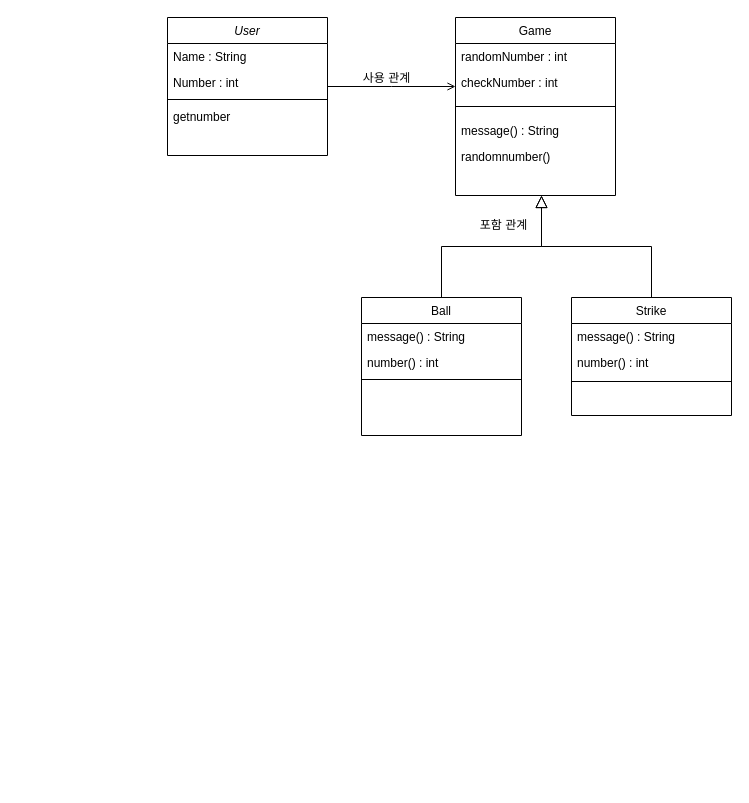
NayoungKim1212/BaseBall-Game keeps this draw.io diagram as 제목 없는 다이어그램.drawio. Above is the earlier version. Source tidied: cells renumbered, new cells numbered last; positions are measured from the earlier drawing's top-left corner, leaving out a move shared by most shapes. Both pictures are drawn from the tidied source at 100%, with x=0, y=0 at pixel (167, 17).
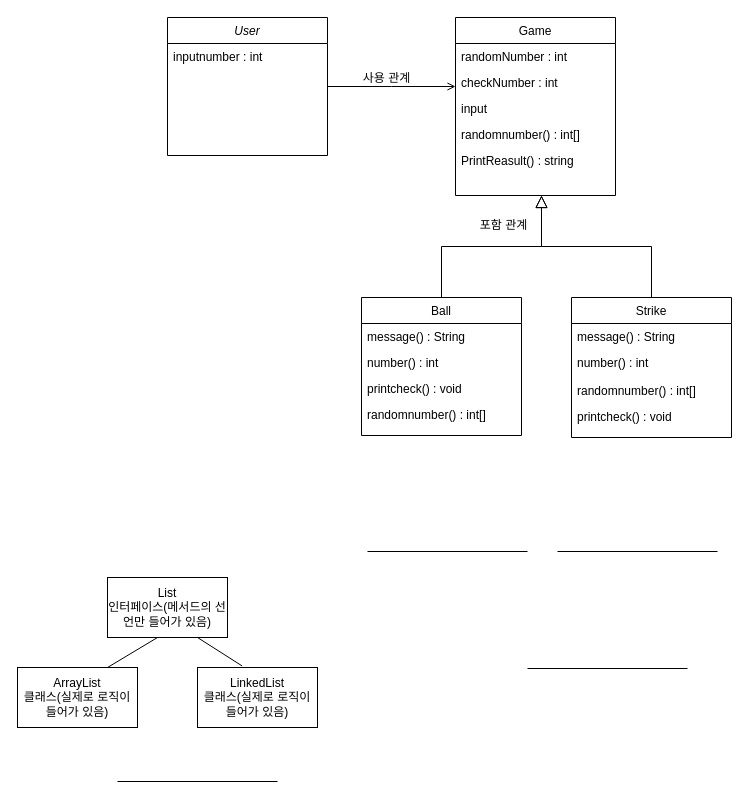
After the change.

Commit message:
제목 없는 다이어그램.drawio 업데이트

The change refers to these unchanged cells:
```xml
<mxCell id="2" value="User" style="swimlane;fontStyle=2;align=center;verticalAlign=top;horizontal=1;startSize=26;rounded=0;shadow=0;strokeWidth=1;" parent="1" vertex="1">
  <mxGeometry width="160" height="138" as="geometry" />
</mxCell>
<mxCell id="7" value="Game" style="swimlane;fontStyle=0;align=center;verticalAlign=top;horizontal=1;startSize=26;rounded=0;shadow=0;strokeWidth=1;" parent="1" vertex="1">
  <mxGeometry x="288" width="160" height="178" as="geometry" />
</mxCell>
<mxCell id="17" value="Ball" style="swimlane;fontStyle=0;align=center;verticalAlign=top;horizontal=1;startSize=26;rounded=0;shadow=0;strokeWidth=1;" parent="1" vertex="1">
  <mxGeometry x="194" y="280" width="160" height="138" as="geometry" />
</mxCell>
```

The edit, as a diff of the source:
```diff
@@
-    <mxCell id="3" value="Name : String" style="text;align=left;verticalAlign=top;spacingLeft=4;spacingRight=4;overflow=hidden;" parent="2" vertex="1">
-      <mxGeometry y="26" width="160" height="26" as="geometry" />
-    </mxCell>
-    <mxCell id="4" value="Number : int" style="text;align=left;verticalAlign=top;spacingLeft=4;spacingRight=4;overflow=hidden;rounded=0;shadow=0;html=0;" parent="2" vertex="1">
-      <mxGeometry y="52" width="160" height="26" as="geometry" />
+    <mxCell id="4" value="inputnumber : int" style="text;align=left;verticalAlign=top;spacingLeft=4;spacingRight=4;overflow=hidden;rounded=0;shadow=0;html=0;" parent="2" vertex="1">
+      <mxGeometry y="26" width="160" height="26" as="geometry" />
     </mxCell>
-    <mxCell id="5" style="line;html=1;strokeWidth=1;align=left;verticalAlign=middle;spacingTop=-1;spacingLeft=3;spacingRight=3;labelPosition=right;" parent="2" vertex="1">
-      <mxGeometry y="78" width="160" height="8" as="geometry" />
-    </mxCell>
-    <mxCell id="6" value="getnumber" style="text;align=left;verticalAlign=top;spacingLeft=4;spacingRight=4;overflow=hidden;" parent="2" vertex="1">
-      <mxGeometry y="86" width="160" height="26" as="geometry" />
-    </mxCell>
@@
-    <mxCell id="10" style="line;html=1;strokeWidth=1;align=left;verticalAlign=middle;spacingTop=-1;spacingLeft=3;spacingRight=3;labelPosition=right;" parent="7" vertex="1">
-      <mxGeometry y="78" width="160" height="22" as="geometry" />
-    </mxCell>
-    <mxCell id="11" value="message() : String" style="text;align=left;verticalAlign=top;spacingLeft=4;spacingRight=4;overflow=hidden;" parent="7" vertex="1">
-      <mxGeometry y="100" width="160" height="26" as="geometry" />
+    <mxCell id="11" value="input" style="text;align=left;verticalAlign=top;spacingLeft=4;spacingRight=4;overflow=hidden;" parent="7" vertex="1">
+      <mxGeometry y="78" width="160" height="26" as="geometry" />
     </mxCell>
-    <mxCell id="12" value="randomnumber()" style="text;align=left;verticalAlign=top;spacingLeft=4;spacingRight=4;overflow=hidden;" parent="7" vertex="1">
-      <mxGeometry y="126" width="160" height="26" as="geometry" />
+    <mxCell id="12" value="randomnumber() : int[]" style="text;align=left;verticalAlign=top;spacingLeft=4;spacingRight=4;overflow=hidden;" parent="7" vertex="1">
+      <mxGeometry y="104" width="160" height="26" as="geometry" />
     </mxCell>
+    <mxCell id="26" value="PrintReasult() : string" style="text;align=left;verticalAlign=top;spacingLeft=4;spacingRight=4;overflow=hidden;" parent="7" vertex="1">
+      <mxGeometry y="130" width="160" height="26" as="geometry" />
+    </mxCell>
@@
-    <mxCell id="20" style="line;html=1;strokeWidth=1;align=left;verticalAlign=middle;spacingTop=-1;spacingLeft=3;spacingRight=3;labelPosition=right;" parent="17" vertex="1">
-      <mxGeometry y="78" width="160" height="8" as="geometry" />
-    </mxCell>
+    <mxCell id="27" value="printcheck() : void" style="text;align=left;verticalAlign=top;spacingLeft=4;spacingRight=4;overflow=hidden;" parent="17" vertex="1">
+      <mxGeometry y="78" width="160" height="26" as="geometry" />
+    </mxCell>
+    <mxCell id="28" value="randomnumber() : int[]" style="text;align=left;verticalAlign=top;spacingLeft=4;spacingRight=4;overflow=hidden;" parent="17" vertex="1">
+      <mxGeometry y="104" width="160" height="26" as="geometry" />
+    </mxCell>
     <mxCell id="21" value="Strike" style="swimlane;fontStyle=0;align=center;verticalAlign=top;horizontal=1;startSize=26;rounded=0;shadow=0;strokeWidth=1;" parent="1" vertex="1">
-      <mxGeometry x="404" y="280" width="160" height="118" as="geometry" />
+      <mxGeometry x="404" y="280" width="160" height="140" as="geometry" />
     </mxCell>
@@
+    <mxCell id="29" value="randomnumber() : int[]" style="text;align=left;verticalAlign=top;spacingLeft=4;spacingRight=4;overflow=hidden;" parent="21" vertex="1">
+      <mxGeometry y="80" width="160" height="26" as="geometry" />
+    </mxCell>
+    <mxCell id="30" value="printcheck() : void" style="text;align=left;verticalAlign=top;spacingLeft=4;spacingRight=4;overflow=hidden;" parent="21" vertex="1">
+      <mxGeometry y="106" width="160" height="26" as="geometry" />
+    </mxCell>
+    <mxCell id="25" value="포함 관계" style="text;html=1;align=center;verticalAlign=middle;labelBackgroundColor=none;rounded=0;shadow=0;strokeWidth=1;fontSize=12;" parent="1" vertex="1">
+      <mxGeometry x="330" y="210" as="geometry">
+        <mxPoint x="5" y="-3" as="offset" />
+      </mxGeometry>
+    </mxCell>
+    <mxCell id="31" value="List&lt;br&gt;인터페이스(메서드의 선언만 들어가 있음)" style="rounded=0;whiteSpace=wrap;html=1;" parent="1" vertex="1">
+      <mxGeometry x="-60" y="560" width="120" height="60" as="geometry" />
+    </mxCell>
+    <mxCell id="32" value="ArrayList&lt;br&gt;클래스(실제로 로직이 들어가 있음)" style="rounded=0;whiteSpace=wrap;html=1;" parent="1" vertex="1">
+      <mxGeometry x="-150" y="650" width="120" height="60" as="geometry" />
+    </mxCell>
+    <mxCell id="33" value="LinkedList&lt;br&gt;클래스(실제로 로직이 들어가 있음)" style="rounded=0;whiteSpace=wrap;html=1;" parent="1" vertex="1">
+      <mxGeometry x="30" y="650" width="120" height="60" as="geometry" />
+    </mxCell>
+    <mxCell id="34" style="endArrow=none;html=1;rounded=0;exitX=0.75;exitY=0;exitDx=0;exitDy=0;" parent="1" edge="1" source="32">
+      <mxGeometry relative="1" as="geometry">
+        <mxPoint x="-10" y="620" as="targetPoint" />
+      </mxGeometry>
+    </mxCell>
+    <mxCell id="35" style="endArrow=none;html=1;rounded=0;exitX=0.372;exitY=-0.026;exitDx=0;exitDy=0;exitPerimeter=0;" parent="1" edge="1" source="33">
+      <mxGeometry relative="1" as="geometry">
+        <mxPoint x="30" y="620" as="targetPoint" />
+      </mxGeometry>
+    </mxCell>
-    <mxCell id="24" style="line;html=1;strokeWidth=1;align=left;verticalAlign=middle;spacingTop=-1;spacingLeft=3;spacingRight=3;labelPosition=right;" parent="21" vertex="1">
-      <mxGeometry y="80" width="160" height="8" as="geometry" />
+    <mxCell id="24" style="line;html=1;strokeWidth=1;align=left;verticalAlign=middle;spacingTop=-1;spacingLeft=3;spacingRight=3;labelPosition=right;" parent="1" vertex="1">
+      <mxGeometry x="390" y="530" width="160" height="8" as="geometry" />
     </mxCell>
-    <mxCell id="25" value="포함 관계" style="text;html=1;align=center;verticalAlign=middle;labelBackgroundColor=none;rounded=0;shadow=0;strokeWidth=1;fontSize=12;" parent="1" vertex="1">
-      <mxGeometry x="330" y="210" as="geometry">
-        <mxPoint x="5" y="-3" as="offset" />
-      </mxGeometry>
-    </mxCell>
+    <mxCell id="20" style="line;html=1;strokeWidth=1;align=left;verticalAlign=middle;spacingTop=-1;spacingLeft=3;spacingRight=3;labelPosition=right;" parent="1" vertex="1">
+      <mxGeometry x="200" y="530" width="160" height="8" as="geometry" />
+    </mxCell>
+    <mxCell id="10" style="line;html=1;strokeWidth=1;align=left;verticalAlign=middle;spacingTop=-1;spacingLeft=3;spacingRight=3;labelPosition=right;" parent="1" vertex="1">
+      <mxGeometry x="360" y="640" width="160" height="22" as="geometry" />
+    </mxCell>
+    <mxCell id="5" style="line;html=1;strokeWidth=1;align=left;verticalAlign=middle;spacingTop=-1;spacingLeft=3;spacingRight=3;labelPosition=right;" parent="1" vertex="1">
+      <mxGeometry x="-50" y="760" width="160" height="8" as="geometry" />
+    </mxCell>
```
